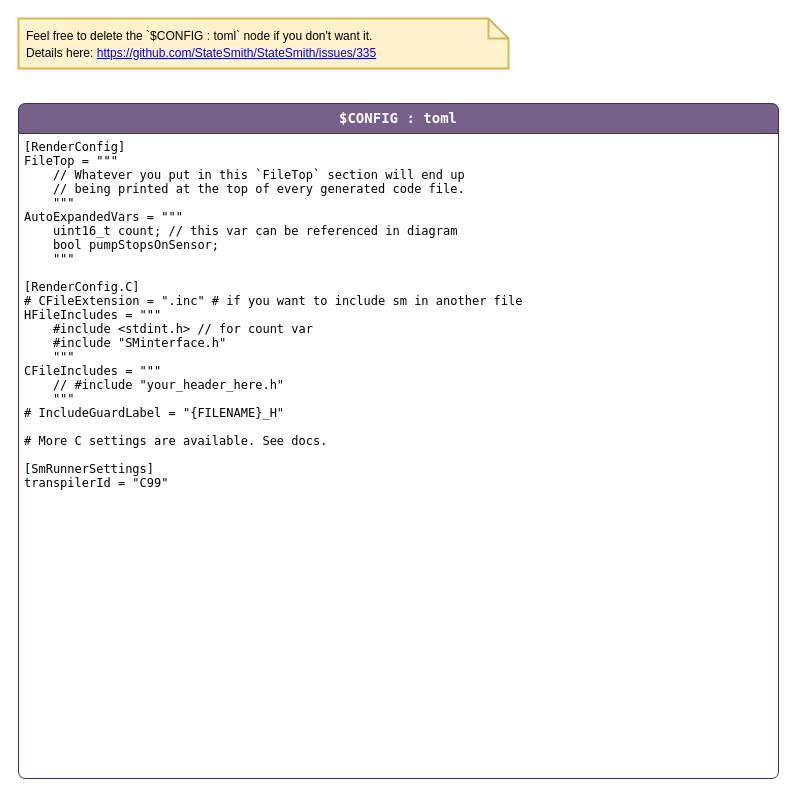
Joe10CS/Pure keeps this draw.io diagram as page "config" (2 of 3) of Core/StateMachine/SMSodaStreamPure.drawio. Above is the earlier version. Source tidied: cells renumbered, new cells numbered last; positions are measured from the earlier drawing's top-left corner, leaving out a move shared by most shapes. Both pictures are drawn from the tidied source at 100%, with x=0, y=0 at pixel (18, 18).
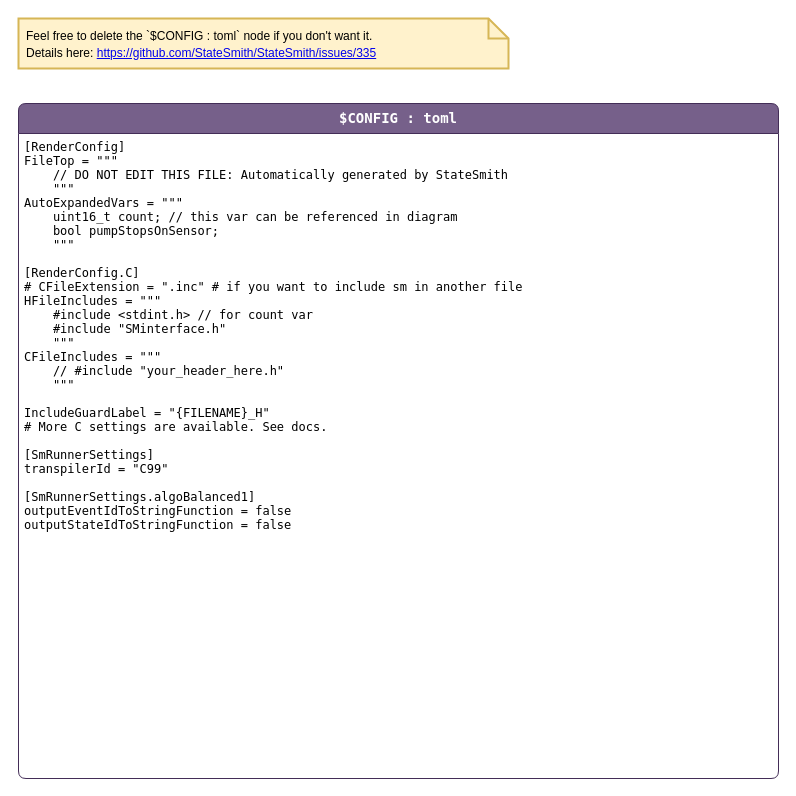
Above is the later version.

Commit message (it also covers changes not shown here):
Added carbonation levels table, STBL command to set it Improved statesmith configuration

Diff of the diagram source:
```diff
@@
 <mxGraphModel>
   <root>
     <mxCell id="0" />
     <mxCell id="1" parent="0" />
     <mxCell id="2" value="$CONFIG : toml" style="shape=swimlane;align=center;verticalAlign=top;fontFamily=Lucida Console;startSize=30;fontSize=14;fontStyle=1;swimlaneFillColor=default;rounded=1;arcSize=15;absoluteArcSize=1;fillColor=#76608a;strokeColor=#432D57;fontColor=#ffffff;" parent="1" vertex="1">
       <mxGeometry y="85" width="760" height="675" as="geometry" />
     </mxCell>
-    <mxCell id="3" value="[RenderConfig]&#10;FileTop = &quot;&quot;&quot;&#10;    // Whatever you put in this `FileTop` section will end up &#10;    // being printed at the top of every generated code file.&#10;    &quot;&quot;&quot;&#10;AutoExpandedVars = &quot;&quot;&quot;&#10;    uint16_t count; // this var can be referenced in diagram&#10;    bool pumpStopsOnSensor;&#10;    &quot;&quot;&quot;&#10;&#10;[RenderConfig.C]&#10;# CFileExtension = &quot;.inc&quot; # if you want to include sm in another file&#10;HFileIncludes = &quot;&quot;&quot;&#10;    #include &lt;stdint.h&gt; // for count var&#10;    #include &quot;SMinterface.h&quot;&#10;    &quot;&quot;&quot;&#10;CFileIncludes = &quot;&quot;&quot;&#10;    // #include &quot;your_header_here.h&quot;&#10;    &quot;&quot;&quot;&#10;# IncludeGuardLabel = &quot;{FILENAME}_H&quot;&#10;&#10;# More C settings are available. See docs.&#10;&#10;[SmRunnerSettings]&#10;transpilerId = &quot;C99&quot;" style="fontFamily=Lucida Console;align=left;verticalAlign=top;fillColor=none;gradientColor=none;strokeColor=none;rounded=0;spacingLeft=4;" parent="2" vertex="1">
-      <mxGeometry y="30" width="520" height="370" as="geometry" />
+    <mxCell id="3" value="[RenderConfig]&#10;FileTop = &quot;&quot;&quot;&#10;    // DO NOT EDIT THIS FILE: Automatically generated by StateSmith&#10;    &quot;&quot;&quot;&#10;AutoExpandedVars = &quot;&quot;&quot;&#10;    uint16_t count; // this var can be referenced in diagram&#10;    bool pumpStopsOnSensor;&#10;    &quot;&quot;&quot;&#10;&#10;[RenderConfig.C]&#10;# CFileExtension = &quot;.inc&quot; # if you want to include sm in another file&#10;HFileIncludes = &quot;&quot;&quot;&#10;    #include &lt;stdint.h&gt; // for count var&#10;    #include &quot;SMinterface.h&quot;&#10;    &quot;&quot;&quot;&#10;CFileIncludes = &quot;&quot;&quot;&#10;    // #include &quot;your_header_here.h&quot;&#10;    &quot;&quot;&quot;&#10;&#10;IncludeGuardLabel = &quot;{FILENAME}_H&quot;&#10;# More C settings are available. See docs.&#10;&#10;[SmRunnerSettings]&#10;transpilerId = &quot;C99&quot;&#10;&#10;[SmRunnerSettings.algoBalanced1]&#10;outputEventIdToStringFunction = false&#10;outputStateIdToStringFunction = false&#10;" style="fontFamily=Lucida Console;align=left;verticalAlign=top;fillColor=none;gradientColor=none;strokeColor=none;rounded=0;spacingLeft=4;" parent="2" vertex="1">
+      <mxGeometry y="30" width="520" height="420" as="geometry" />
     </mxCell>
     <mxCell id="4" value="&lt;span style=&quot;color: rgb(0, 0, 0); font-size: 12px;&quot;&gt;Feel free to delete the `$CONFIG : toml` node if you don't want it.&lt;/span&gt;&lt;br style=&quot;color: rgb(0, 0, 0); font-size: 12px;&quot;&gt;&lt;span style=&quot;color: rgb(0, 0, 0); font-size: 12px;&quot;&gt;Details here:&amp;nbsp;&lt;/span&gt;&lt;a style=&quot;font-size: 12px;&quot; href=&quot;https://github.com/StateSmith/StateSmith/issues/335&quot;&gt;https://github.com/StateSmith/StateSmith/issues/335&lt;/a&gt;" style="shape=note;strokeWidth=2;fontSize=14;size=20;whiteSpace=wrap;html=1;fillColor=#fff2cc;strokeColor=#d6b656;fontColor=#2B2B00;align=left;spacingLeft=6;" parent="1" vertex="1">
       <mxGeometry width="490" height="50" as="geometry" />
     </mxCell>
   </root>
 </mxGraphModel>
```
